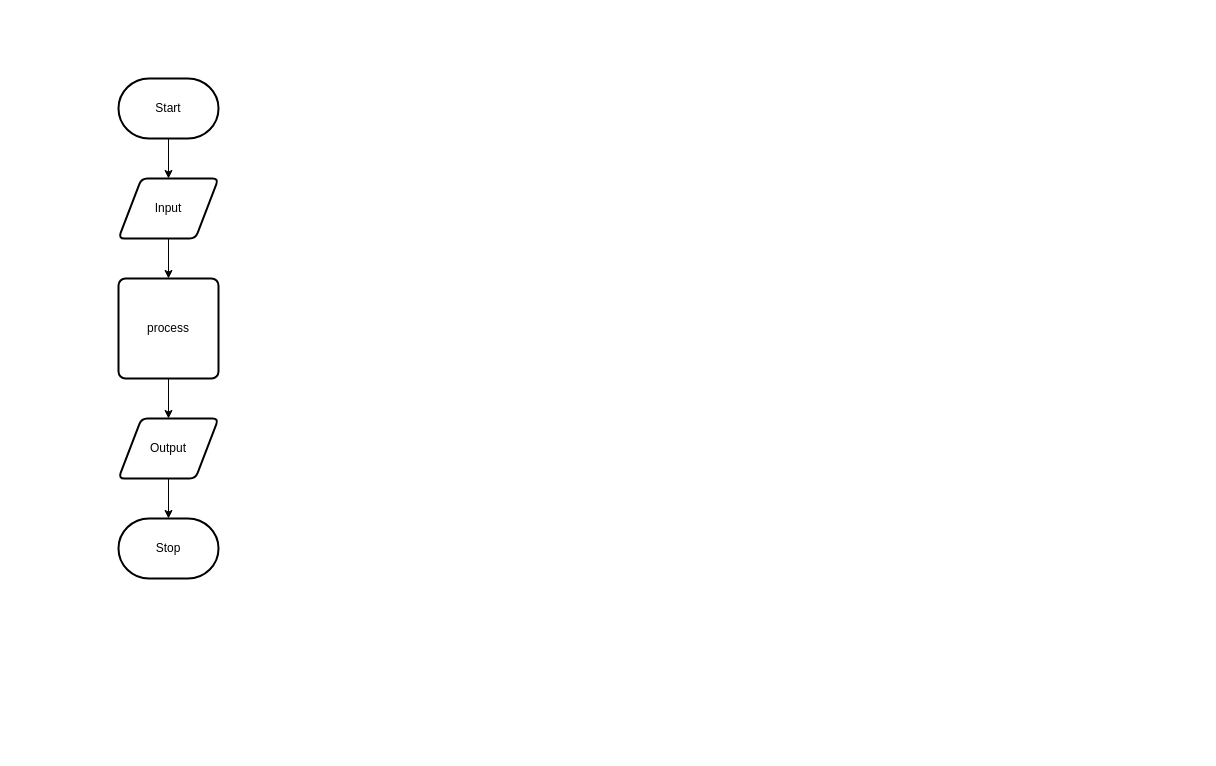
Before: design/flow-chart.drawio in Justin-Lavoie16/Assignment-4-JS, a draw.io diagram. Source tidied: cells renumbered, new cells numbered last; positions are measured from the earlier drawing's top-left corner, leaving out a move shared by most shapes. Both pictures are drawn from the tidied source at 100%, with x=0, y=0 at pixel (118, 78).
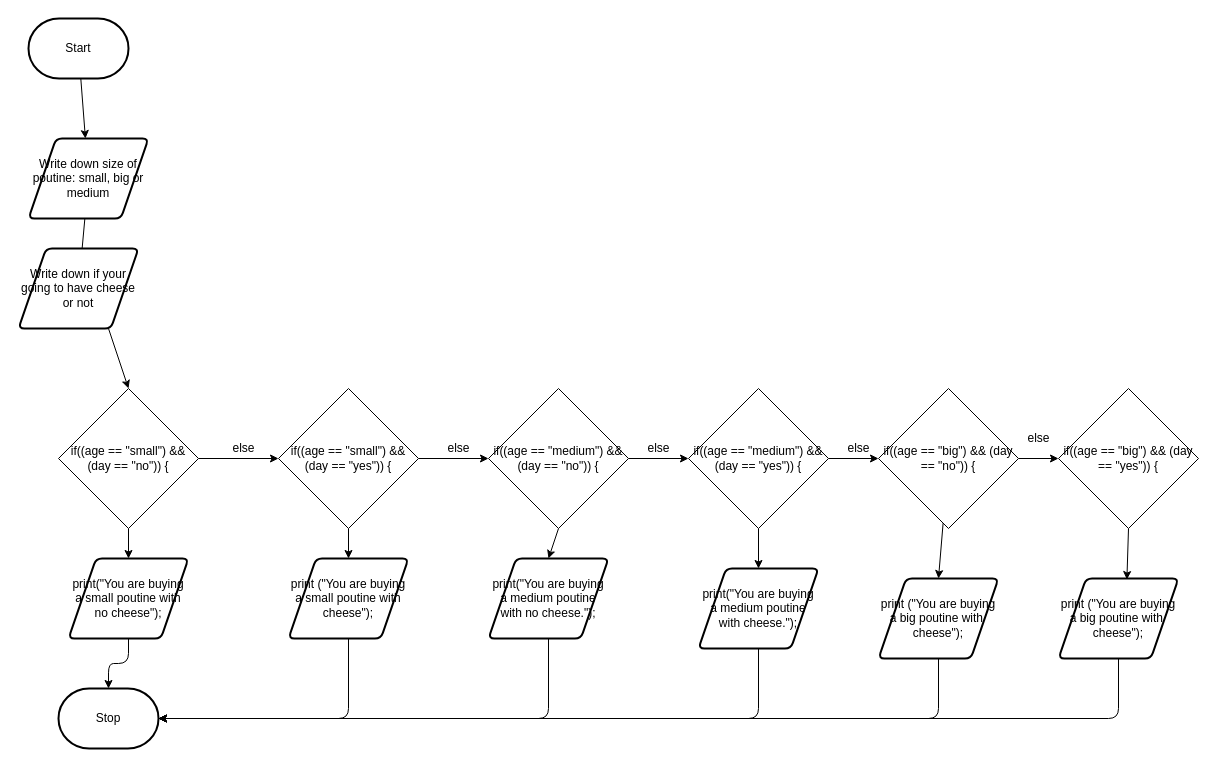
After the change.

What changed in the source:
```diff
@@
     <mxCell id="3" value="Start" style="strokeWidth=2;html=1;shape=mxgraph.flowchart.terminator;whiteSpace=wrap;" parent="1" vertex="1">
-      <mxGeometry width="100" height="60" as="geometry" />
+      <mxGeometry x="-90" y="-60" width="100" height="60" as="geometry" />
     </mxCell>
-    <mxCell id="4" style="edgeStyle=none;html=1;" parent="1" edge="1" source="5" target="7">
-      <mxGeometry relative="1" as="geometry" />
-    </mxCell>
+    <mxCell id="11" style="edgeStyle=none;html=1;startArrow=none;" parent="1" edge="1" source="13">
+      <mxGeometry relative="1" as="geometry">
+        <mxPoint x="-30" y="210" as="targetPoint" />
+      </mxGeometry>
+    </mxCell>
-    <mxCell id="5" value="Input" style="shape=parallelogram;html=1;strokeWidth=2;perimeter=parallelogramPerimeter;whiteSpace=wrap;rounded=1;arcSize=12;size=0.23;" parent="1" vertex="1">
-      <mxGeometry y="100" width="100" height="60" as="geometry" />
+    <mxCell id="5" value="Write down size of poutine: small, big or medium" style="shape=parallelogram;html=1;strokeWidth=2;perimeter=parallelogramPerimeter;whiteSpace=wrap;rounded=1;arcSize=12;size=0.23;" parent="1" vertex="1">
+      <mxGeometry x="-90" y="60" width="120" height="80" as="geometry" />
     </mxCell>
-    <mxCell id="6" style="edgeStyle=none;html=1;" parent="1" edge="1" source="7" target="9">
-      <mxGeometry relative="1" as="geometry" />
-    </mxCell>
-    <mxCell id="7" value="process" style="rounded=1;whiteSpace=wrap;html=1;absoluteArcSize=1;arcSize=14;strokeWidth=2;" parent="1" vertex="1">
-      <mxGeometry y="200" width="100" height="100" as="geometry" />
-    </mxCell>
-    <mxCell id="8" style="edgeStyle=none;html=1;" parent="1" edge="1" source="9" target="10">
-      <mxGeometry relative="1" as="geometry" />
-    </mxCell>
-    <mxCell id="9" value="Output" style="shape=parallelogram;html=1;strokeWidth=2;perimeter=parallelogramPerimeter;whiteSpace=wrap;rounded=1;arcSize=12;size=0.23;" parent="1" vertex="1">
-      <mxGeometry y="340" width="100" height="60" as="geometry" />
-    </mxCell>
     <mxCell id="10" value="Stop" style="strokeWidth=2;html=1;shape=mxgraph.flowchart.terminator;whiteSpace=wrap;" parent="1" vertex="1">
-      <mxGeometry y="440" width="100" height="60" as="geometry" />
+      <mxGeometry x="-60" y="610" width="100" height="60" as="geometry" />
     </mxCell>
+    <mxCell id="12" style="edgeStyle=none;html=1;exitX=0.75;exitY=1;exitDx=0;exitDy=0;entryX=0.5;entryY=0;entryDx=0;entryDy=0;" parent="1" edge="1" source="13" target="17">
+      <mxGeometry relative="1" as="geometry" />
+    </mxCell>
+    <mxCell id="13" value="Write down if your going to have cheese or not" style="shape=parallelogram;html=1;strokeWidth=2;perimeter=parallelogramPerimeter;whiteSpace=wrap;rounded=1;arcSize=12;size=0.23;" parent="1" vertex="1">
+      <mxGeometry x="-100" y="170" width="120" height="80" as="geometry" />
+    </mxCell>
+    <mxCell id="14" style="edgeStyle=none;html=1;endArrow=none;" parent="1" edge="1" source="5" target="13">
+      <mxGeometry relative="1" as="geometry" />
+    </mxCell>
+    <mxCell id="15" style="edgeStyle=none;html=1;" parent="1" edge="1" source="17" target="21">
+      <mxGeometry relative="1" as="geometry" />
+    </mxCell>
+    <mxCell id="16" style="edgeStyle=none;html=1;exitX=0.5;exitY=1;exitDx=0;exitDy=0;entryX=0.5;entryY=0;entryDx=0;entryDy=0;" parent="1" edge="1" source="17" target="38">
+      <mxGeometry relative="1" as="geometry" />
+    </mxCell>
+    <mxCell id="17" value="if((age == &quot;small&quot;) &amp;amp;&amp;amp; (day == &quot;no&quot;)) {" style="rhombus;whiteSpace=wrap;html=1;" parent="1" vertex="1">
+      <mxGeometry x="-60" y="310" width="140" height="140" as="geometry" />
+    </mxCell>
+    <mxCell id="18" value="else" style="text;html=1;align=center;verticalAlign=middle;fillColor=none;strokeColor=none;rounded=0;" parent="1" vertex="1">
+      <mxGeometry x="105" y="360" width="40" height="20" as="geometry" />
+    </mxCell>
+    <mxCell id="19" style="edgeStyle=none;html=1;exitX=1;exitY=0.5;exitDx=0;exitDy=0;entryX=0;entryY=0.5;entryDx=0;entryDy=0;" parent="1" edge="1" source="21" target="24">
+      <mxGeometry relative="1" as="geometry" />
+    </mxCell>
+    <mxCell id="20" style="edgeStyle=none;html=1;exitX=0.5;exitY=1;exitDx=0;exitDy=0;entryX=0.5;entryY=0;entryDx=0;entryDy=0;" parent="1" edge="1" source="21" target="40">
+      <mxGeometry relative="1" as="geometry" />
+    </mxCell>
+    <mxCell id="21" value="if((age == &quot;small&quot;) &amp;amp;&amp;amp; (day == &quot;yes&quot;)) {" style="rhombus;whiteSpace=wrap;html=1;" parent="1" vertex="1">
+      <mxGeometry x="160" y="310" width="140" height="140" as="geometry" />
+    </mxCell>
+    <mxCell id="22" style="edgeStyle=none;html=1;exitX=1;exitY=0.5;exitDx=0;exitDy=0;entryX=0;entryY=0.5;entryDx=0;entryDy=0;" parent="1" edge="1" source="24" target="28">
+      <mxGeometry relative="1" as="geometry" />
+    </mxCell>
+    <mxCell id="23" style="edgeStyle=none;html=1;exitX=0.5;exitY=1;exitDx=0;exitDy=0;entryX=0.5;entryY=0;entryDx=0;entryDy=0;" parent="1" edge="1" source="24" target="42">
+      <mxGeometry relative="1" as="geometry" />
+    </mxCell>
+    <mxCell id="24" value="if((age == &quot;medium&quot;) &amp;amp;&amp;amp; (day == &quot;no&quot;)) {" style="rhombus;whiteSpace=wrap;html=1;" parent="1" vertex="1">
+      <mxGeometry x="370" y="310" width="140" height="140" as="geometry" />
+    </mxCell>
+    <mxCell id="25" value="else" style="text;html=1;align=center;verticalAlign=middle;fillColor=none;strokeColor=none;rounded=0;" parent="1" vertex="1">
+      <mxGeometry x="320" y="360" width="40" height="20" as="geometry" />
+    </mxCell>
+    <mxCell id="26" style="edgeStyle=none;html=1;exitX=1;exitY=0.5;exitDx=0;exitDy=0;entryX=0;entryY=0.5;entryDx=0;entryDy=0;" parent="1" edge="1" source="28" target="32">
+      <mxGeometry relative="1" as="geometry" />
+    </mxCell>
+    <mxCell id="27" style="edgeStyle=none;html=1;entryX=0.5;entryY=0;entryDx=0;entryDy=0;" parent="1" edge="1" source="28" target="44">
+      <mxGeometry relative="1" as="geometry" />
+    </mxCell>
+    <mxCell id="28" value="if((age == &quot;medium&quot;) &amp;amp;&amp;amp; (day == &quot;yes&quot;)) {" style="rhombus;whiteSpace=wrap;html=1;" parent="1" vertex="1">
+      <mxGeometry x="570" y="310" width="140" height="140" as="geometry" />
+    </mxCell>
+    <mxCell id="29" value="else" style="text;html=1;align=center;verticalAlign=middle;fillColor=none;strokeColor=none;rounded=0;" parent="1" vertex="1">
+      <mxGeometry x="520" y="360" width="40" height="20" as="geometry" />
+    </mxCell>
+    <mxCell id="30" style="edgeStyle=none;html=1;entryX=0;entryY=0.5;entryDx=0;entryDy=0;" parent="1" edge="1" source="32" target="34">
+      <mxGeometry relative="1" as="geometry" />
+    </mxCell>
+    <mxCell id="31" style="edgeStyle=none;html=1;entryX=0.5;entryY=0;entryDx=0;entryDy=0;" parent="1" edge="1" source="32" target="46">
+      <mxGeometry relative="1" as="geometry" />
+    </mxCell>
+    <mxCell id="32" value="if((age == &quot;big&quot;) &amp;amp;&amp;amp; (day == &quot;no&quot;)) {" style="rhombus;whiteSpace=wrap;html=1;" parent="1" vertex="1">
+      <mxGeometry x="760" y="310" width="140" height="140" as="geometry" />
+    </mxCell>
+    <mxCell id="33" style="edgeStyle=none;html=1;exitX=0.5;exitY=1;exitDx=0;exitDy=0;entryX=0.57;entryY=0.013;entryDx=0;entryDy=0;entryPerimeter=0;" parent="1" edge="1" source="34" target="48">
+      <mxGeometry relative="1" as="geometry" />
+    </mxCell>
+    <mxCell id="34" value="if((age == &quot;big&quot;) &amp;amp;&amp;amp; (day == &quot;yes&quot;)) {" style="rhombus;whiteSpace=wrap;html=1;" parent="1" vertex="1">
+      <mxGeometry x="940" y="310" width="140" height="140" as="geometry" />
+    </mxCell>
+    <mxCell id="35" value="else" style="text;html=1;align=center;verticalAlign=middle;fillColor=none;strokeColor=none;rounded=0;" parent="1" vertex="1">
+      <mxGeometry x="720" y="360" width="40" height="20" as="geometry" />
+    </mxCell>
+    <mxCell id="36" value="else" style="text;html=1;align=center;verticalAlign=middle;fillColor=none;strokeColor=none;rounded=0;" parent="1" vertex="1">
+      <mxGeometry x="900" y="350" width="40" height="20" as="geometry" />
+    </mxCell>
+    <mxCell id="37" style="edgeStyle=orthogonalEdgeStyle;html=1;exitX=0.5;exitY=1;exitDx=0;exitDy=0;entryX=0.5;entryY=0;entryDx=0;entryDy=0;entryPerimeter=0;" parent="1" edge="1" source="38" target="10">
+      <mxGeometry relative="1" as="geometry" />
+    </mxCell>
+    <mxCell id="38" value="print(&quot;You are buying a small poutine with no cheese&quot;);" style="shape=parallelogram;html=1;strokeWidth=2;perimeter=parallelogramPerimeter;whiteSpace=wrap;rounded=1;arcSize=12;size=0.23;" parent="1" vertex="1">
+      <mxGeometry x="-50" y="480" width="120" height="80" as="geometry" />
+    </mxCell>
+    <mxCell id="39" style="edgeStyle=orthogonalEdgeStyle;html=1;entryX=1;entryY=0.5;entryDx=0;entryDy=0;entryPerimeter=0;" parent="1" edge="1" source="40" target="10">
+      <mxGeometry relative="1" as="geometry">
+        <Array as="points">
+          <mxPoint x="230" y="640" />
+        </Array>
+      </mxGeometry>
+    </mxCell>
+    <mxCell id="40" value="print&amp;nbsp;(&quot;You are buying a small poutine with cheese&quot;);" style="shape=parallelogram;html=1;strokeWidth=2;perimeter=parallelogramPerimeter;whiteSpace=wrap;rounded=1;arcSize=12;size=0.23;" parent="1" vertex="1">
+      <mxGeometry x="170" y="480" width="120" height="80" as="geometry" />
+    </mxCell>
+    <mxCell id="41" style="edgeStyle=orthogonalEdgeStyle;html=1;" parent="1" edge="1" source="42">
+      <mxGeometry relative="1" as="geometry">
+        <mxPoint x="40" y="640" as="targetPoint" />
+        <Array as="points">
+          <mxPoint x="430" y="640" />
+        </Array>
+      </mxGeometry>
+    </mxCell>
+    <mxCell id="42" value="print(&quot;You are buying a medium poutine with no cheese.&quot;);" style="shape=parallelogram;html=1;strokeWidth=2;perimeter=parallelogramPerimeter;whiteSpace=wrap;rounded=1;arcSize=12;size=0.23;" parent="1" vertex="1">
+      <mxGeometry x="370" y="480" width="120" height="80" as="geometry" />
+    </mxCell>
+    <mxCell id="43" style="edgeStyle=orthogonalEdgeStyle;html=1;entryX=1;entryY=0.5;entryDx=0;entryDy=0;entryPerimeter=0;" parent="1" edge="1" source="44" target="10">
+      <mxGeometry relative="1" as="geometry">
+        <Array as="points">
+          <mxPoint x="640" y="640" />
+        </Array>
+      </mxGeometry>
+    </mxCell>
+    <mxCell id="44" value="print(&quot;You are buying a medium poutine with cheese.&quot;);" style="shape=parallelogram;html=1;strokeWidth=2;perimeter=parallelogramPerimeter;whiteSpace=wrap;rounded=1;arcSize=12;size=0.23;" parent="1" vertex="1">
+      <mxGeometry x="580" y="490" width="120" height="80" as="geometry" />
+    </mxCell>
+    <mxCell id="45" style="edgeStyle=orthogonalEdgeStyle;html=1;exitX=0.5;exitY=1;exitDx=0;exitDy=0;entryX=1;entryY=0.5;entryDx=0;entryDy=0;entryPerimeter=0;" parent="1" edge="1" source="46" target="10">
+      <mxGeometry relative="1" as="geometry" />
+    </mxCell>
+    <mxCell id="46" value="print&amp;nbsp;(&quot;You are buying a big poutine with&amp;nbsp; cheese&quot;);" style="shape=parallelogram;html=1;strokeWidth=2;perimeter=parallelogramPerimeter;whiteSpace=wrap;rounded=1;arcSize=12;size=0.23;" parent="1" vertex="1">
+      <mxGeometry x="760" y="500" width="120" height="80" as="geometry" />
+    </mxCell>
+    <mxCell id="47" style="edgeStyle=orthogonalEdgeStyle;html=1;entryX=1;entryY=0.5;entryDx=0;entryDy=0;entryPerimeter=0;" parent="1" edge="1" source="48" target="10">
+      <mxGeometry relative="1" as="geometry">
+        <Array as="points">
+          <mxPoint x="1000" y="640" />
+        </Array>
+      </mxGeometry>
+    </mxCell>
+    <mxCell id="48" value="print&amp;nbsp;(&quot;You are buying a big poutine with&amp;nbsp; cheese&quot;);" style="shape=parallelogram;html=1;strokeWidth=2;perimeter=parallelogramPerimeter;whiteSpace=wrap;rounded=1;arcSize=12;size=0.23;" parent="1" vertex="1">
+      <mxGeometry x="940" y="500" width="120" height="80" as="geometry" />
+    </mxCell>
```
